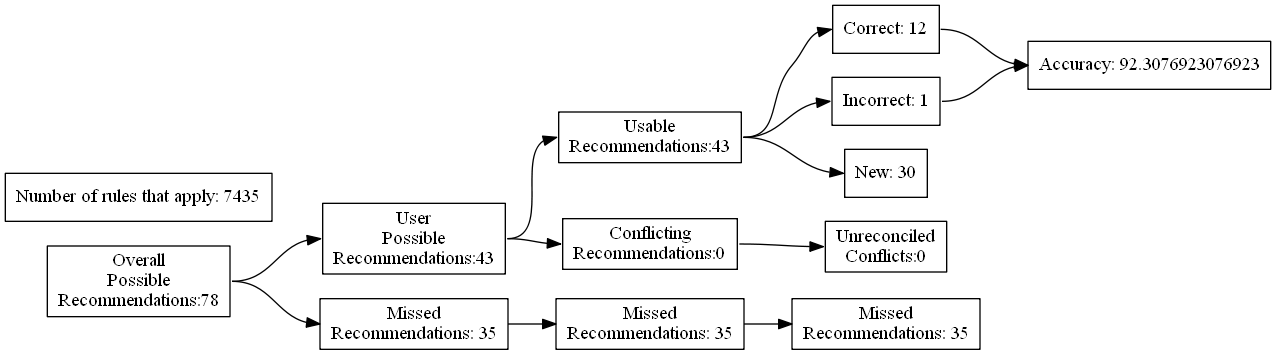
ZaxR/ibd_diet_analysis keeps this Graphviz diagram as test_renders/20.gv.png. Above is the earlier version. Its source is kept beside it as test_renders/20.gv.
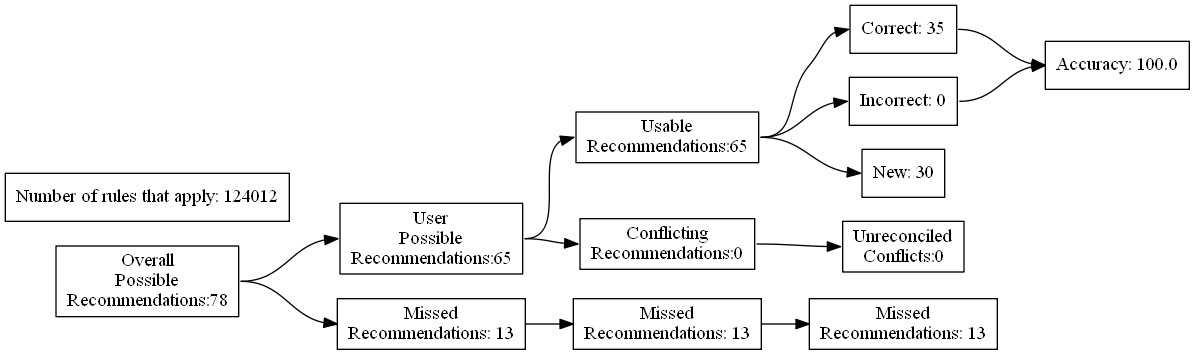
The same diagram one commit later.

The edit, as a diff of the source:
```diff
@@ -7,24 +7,24 @@
 Recommendations:78"]
 		B [label="User
 Possible
-Recommendations:43"]
+Recommendations:65"]
 		C [label="Missed
-Recommendations: 35"]
+Recommendations: 13"]
 		D [label="Usable
-Recommendations:43"]
+Recommendations:65"]
 		E [label="Conflicting
 Recommendations:0"]
 		J [label="Missed
-Recommendations: 35"]
+Recommendations: 13"]
 		M [label="Unreconciled
 Conflicts:0"]
-		F [label="Correct: 12"]
-		G [label="Incorrect: 1"]
+		F [label="Correct: 35"]
+		G [label="Incorrect: 0"]
 		H [label="New: 30"]
 		K [label="Missed
-Recommendations: 35"]
-		I [label="Accuracy: 92.3076923076923"]
-		l [label="Number of rules that apply: 7435"]
+Recommendations: 13"]
+		I [label="Accuracy: 100.0"]
+		l [label="Number of rules that apply: 124012"]
 			A -> B
 			A -> C
 			B -> D
```
